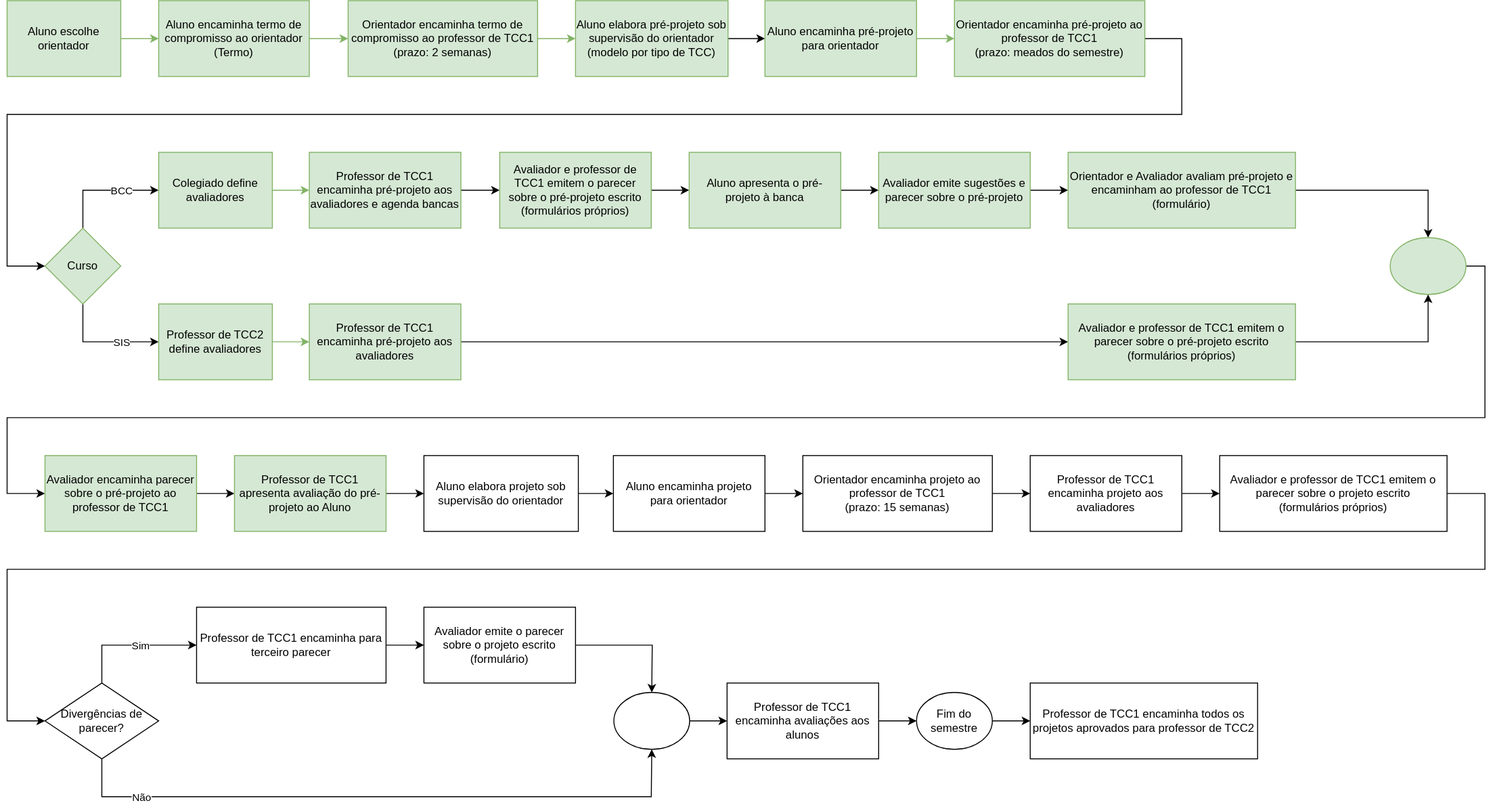
Above: cronogramaFluxograma.drawio.svg in dalton-reis/disciplina_TCC1_Privado (draw.io), before the change. Source tidied: cells renumbered, new cells last; positions are measured from the earlier drawing's top-left corner, leaving out a move shared by most shapes.
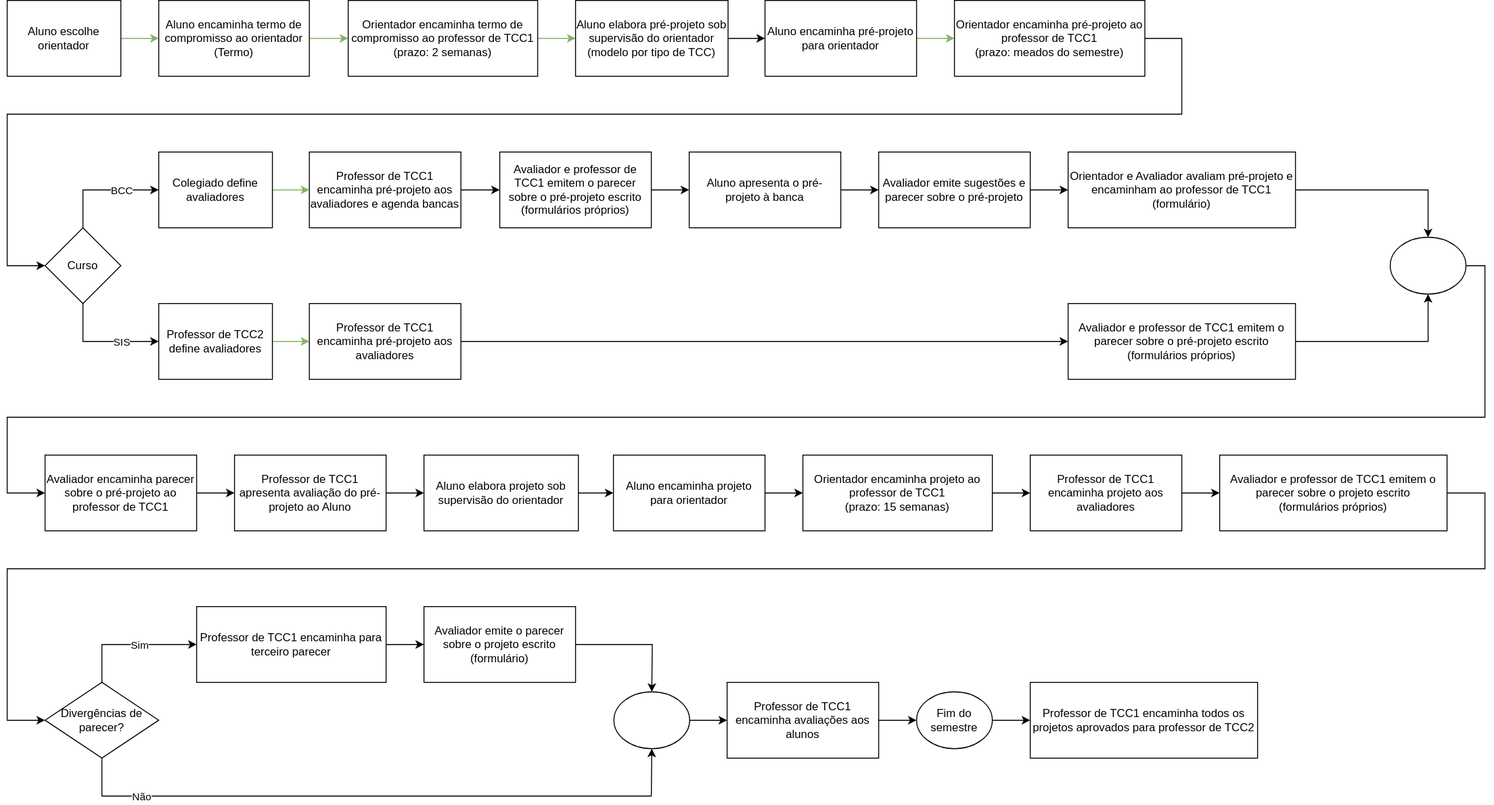
Later version of the same file.

Diff of the diagram source:
```diff
@@ -5,31 +5,31 @@
     <mxCell id="2" style="edgeStyle=orthogonalEdgeStyle;rounded=0;jettySize=auto;html=1;fillColor=#d5e8d4;strokeColor=#82b366;" parent="1" edge="1" source="3" target="5">
       <mxGeometry relative="1" as="geometry" />
     </mxCell>
-    <mxCell id="3" value="Aluno escolhe orientador" style="whiteSpace=wrap;html=1;fillColor=#d5e8d4;strokeColor=#82b366;" parent="1" vertex="1">
+    <mxCell id="3" value="Aluno escolhe orientador" style="whiteSpace=wrap;html=1;fillColor=default;strokeColor=default;" parent="1" vertex="1">
       <mxGeometry width="120" height="80" as="geometry" />
     </mxCell>
     <mxCell id="4" style="edgeStyle=orthogonalEdgeStyle;rounded=0;jettySize=auto;html=1;fillColor=#d5e8d4;strokeColor=#82b366;" parent="1" edge="1" source="5" target="7">
       <mxGeometry relative="1" as="geometry" />
     </mxCell>
-    <mxCell id="5" value="Aluno encaminha termo de compromisso ao orientador&lt;br&gt;(Termo)" style="whiteSpace=wrap;html=1;fillColor=#d5e8d4;strokeColor=#82b366;" parent="1" vertex="1">
+    <mxCell id="5" value="Aluno encaminha termo de compromisso ao orientador&lt;br&gt;(Termo)" style="whiteSpace=wrap;html=1;fillColor=default;strokeColor=default;" parent="1" vertex="1">
       <mxGeometry x="160" width="159" height="80" as="geometry" />
     </mxCell>
     <mxCell id="6" style="edgeStyle=orthogonalEdgeStyle;rounded=0;jettySize=auto;html=1;fillColor=#d5e8d4;strokeColor=#82b366;" parent="1" edge="1" source="7" target="9">
       <mxGeometry relative="1" as="geometry" />
     </mxCell>
-    <mxCell id="7" value="Orientador encaminha termo de compromisso ao professor de TCC1&lt;br&gt;(prazo: 2 semanas)" style="whiteSpace=wrap;html=1;fillColor=#d5e8d4;strokeColor=#82b366;" parent="1" vertex="1">
+    <mxCell id="7" value="Orientador encaminha termo de compromisso ao professor de TCC1&lt;br&gt;(prazo: 2 semanas)" style="whiteSpace=wrap;html=1;fillColor=default;strokeColor=default;" parent="1" vertex="1">
       <mxGeometry x="360" width="200" height="80" as="geometry" />
     </mxCell>
     <mxCell id="8" style="edgeStyle=orthogonalEdgeStyle;rounded=0;jettySize=auto;html=1;" parent="1" edge="1" source="9" target="11">
       <mxGeometry relative="1" as="geometry" />
     </mxCell>
-    <mxCell id="9" value="Aluno elabora pré-projeto sob supervisão do orientador&lt;br&gt;(modelo por tipo de TCC)" style="whiteSpace=wrap;html=1;fillColor=#d5e8d4;strokeColor=#82b366;" parent="1" vertex="1">
+    <mxCell id="9" value="Aluno elabora pré-projeto sob supervisão do orientador&lt;br&gt;(modelo por tipo de TCC)" style="whiteSpace=wrap;html=1;fillColor=default;strokeColor=default;" parent="1" vertex="1">
       <mxGeometry x="600" width="161" height="80" as="geometry" />
     </mxCell>
     <mxCell id="10" style="edgeStyle=orthogonalEdgeStyle;rounded=0;jettySize=auto;html=1;fillColor=#d5e8d4;strokeColor=#82b366;" parent="1" edge="1" source="11" target="13">
       <mxGeometry relative="1" as="geometry" />
     </mxCell>
-    <mxCell id="11" value="Aluno encaminha pré-projeto para orientador" style="whiteSpace=wrap;html=1;fillColor=#d5e8d4;strokeColor=#82b366;" parent="1" vertex="1">
+    <mxCell id="11" value="Aluno encaminha pré-projeto para orientador" style="whiteSpace=wrap;html=1;fillColor=default;strokeColor=default;" parent="1" vertex="1">
       <mxGeometry x="800" width="160" height="80" as="geometry" />
     </mxCell>
     <mxCell id="12" style="edgeStyle=orthogonalEdgeStyle;rounded=0;jettySize=auto;html=1;" parent="1" edge="1" source="13" target="18">
@@ -42,7 +42,7 @@
         </Array>
       </mxGeometry>
     </mxCell>
-    <mxCell id="13" value="Orientador encaminha pré-projeto ao professor de TCC1&lt;br&gt;(prazo: meados do semestre)" style="whiteSpace=wrap;html=1;fillColor=#d5e8d4;strokeColor=#82b366;" parent="1" vertex="1">
+    <mxCell id="13" value="Orientador encaminha pré-projeto ao professor de TCC1&lt;br&gt;(prazo: meados do semestre)" style="whiteSpace=wrap;html=1;fillColor=default;strokeColor=default;" parent="1" vertex="1">
       <mxGeometry x="1000" width="201" height="80" as="geometry" />
     </mxCell>
     <mxCell id="14" style="edgeStyle=orthogonalEdgeStyle;rounded=0;jettySize=auto;html=1;entryX=0;entryY=0.5;entryDx=0;entryDy=0;exitX=0.5;exitY=0;exitDx=0;exitDy=0;" parent="1" edge="1" source="18" target="20">
@@ -69,19 +69,19 @@
         <mxPoint x="32" y="1" as="offset" />
       </mxGeometry>
     </mxCell>
-    <mxCell id="18" value="Curso" style="rhombus;whiteSpace=wrap;html=1;fillColor=#d5e8d4;strokeColor=#82b366;" parent="1" vertex="1">
+    <mxCell id="18" value="Curso" style="rhombus;whiteSpace=wrap;html=1;fillColor=default;strokeColor=default;" parent="1" vertex="1">
       <mxGeometry x="40" y="240" width="80" height="80" as="geometry" />
     </mxCell>
     <mxCell id="19" style="edgeStyle=orthogonalEdgeStyle;rounded=0;jettySize=auto;html=1;fillColor=#d5e8d4;strokeColor=#82b366;" parent="1" edge="1" source="20" target="25">
       <mxGeometry relative="1" as="geometry" />
     </mxCell>
-    <mxCell id="20" value="Colegiado define avaliadores" style="whiteSpace=wrap;html=1;fillColor=#d5e8d4;strokeColor=#82b366;" parent="1" vertex="1">
+    <mxCell id="20" value="Colegiado define avaliadores" style="whiteSpace=wrap;html=1;fillColor=default;strokeColor=default;" parent="1" vertex="1">
       <mxGeometry x="160" y="160" width="120" height="80" as="geometry" />
     </mxCell>
     <mxCell id="21" style="edgeStyle=orthogonalEdgeStyle;rounded=0;jettySize=auto;html=1;fillColor=#d5e8d4;strokeColor=#82b366;" parent="1" edge="1" source="22" target="35">
       <mxGeometry relative="1" as="geometry" />
     </mxCell>
-    <mxCell id="22" value="Professor de TCC2 define avaliadores" style="whiteSpace=wrap;html=1;fillColor=#d5e8d4;strokeColor=#82b366;" parent="1" vertex="1">
+    <mxCell id="22" value="Professor de TCC2 define avaliadores" style="whiteSpace=wrap;html=1;fillColor=default;strokeColor=default;" parent="1" vertex="1">
       <mxGeometry x="160" y="320" width="120" height="80" as="geometry" />
     </mxCell>
     <mxCell id="23" style="edgeStyle=orthogonalEdgeStyle;rounded=0;jettySize=auto;html=1;exitX=1;exitY=0.5;exitDx=0;exitDy=0;" parent="1" edge="1" source="40" target="27">
@@ -90,25 +90,25 @@
     <mxCell id="24" style="edgeStyle=orthogonalEdgeStyle;rounded=0;jettySize=auto;html=1;" parent="1" edge="1" source="25" target="40">
       <mxGeometry relative="1" as="geometry" />
     </mxCell>
-    <mxCell id="25" value="Professor de TCC1 encaminha pré-projeto aos avaliadores e agenda bancas" style="whiteSpace=wrap;html=1;fillColor=#d5e8d4;strokeColor=#82b366;" parent="1" vertex="1">
+    <mxCell id="25" value="Professor de TCC1 encaminha pré-projeto aos avaliadores e agenda bancas" style="whiteSpace=wrap;html=1;fillColor=default;strokeColor=default;" parent="1" vertex="1">
       <mxGeometry x="319" y="160" width="160" height="80" as="geometry" />
     </mxCell>
     <mxCell id="26" style="edgeStyle=orthogonalEdgeStyle;rounded=0;jettySize=auto;html=1;" parent="1" edge="1" source="27" target="29">
       <mxGeometry relative="1" as="geometry" />
     </mxCell>
-    <mxCell id="27" value="Aluno apresenta o pré-projeto à banca" style="whiteSpace=wrap;html=1;fillColor=#d5e8d4;strokeColor=#82b366;" parent="1" vertex="1">
+    <mxCell id="27" value="Aluno apresenta o pré-projeto à banca" style="whiteSpace=wrap;html=1;fillColor=default;strokeColor=default;" parent="1" vertex="1">
       <mxGeometry x="720" y="160" width="160" height="80" as="geometry" />
     </mxCell>
     <mxCell id="28" style="edgeStyle=orthogonalEdgeStyle;rounded=0;jettySize=auto;html=1;" parent="1" edge="1" source="29" target="31">
       <mxGeometry relative="1" as="geometry" />
     </mxCell>
-    <mxCell id="29" value="Avaliador emite sugestões e parecer sobre o pré-projeto" style="whiteSpace=wrap;html=1;fillColor=#d5e8d4;strokeColor=#82b366;" parent="1" vertex="1">
+    <mxCell id="29" value="Avaliador emite sugestões e parecer sobre o pré-projeto" style="whiteSpace=wrap;html=1;fillColor=default;strokeColor=default;" parent="1" vertex="1">
       <mxGeometry x="920" y="160" width="160" height="80" as="geometry" />
     </mxCell>
     <mxCell id="30" style="edgeStyle=orthogonalEdgeStyle;rounded=0;jettySize=auto;html=1;" parent="1" edge="1" source="31" target="33">
       <mxGeometry relative="1" as="geometry" />
     </mxCell>
-    <mxCell id="31" value="Orientador e Avaliador avaliam pré-projeto e encaminham ao professor de TCC1&lt;br&gt;(formulário)" style="whiteSpace=wrap;html=1;fillColor=#d5e8d4;strokeColor=#82b366;" parent="1" vertex="1">
+    <mxCell id="31" value="Orientador e Avaliador avaliam pré-projeto e encaminham ao professor de TCC1&lt;br&gt;(formulário)" style="whiteSpace=wrap;html=1;fillColor=default;strokeColor=default;" parent="1" vertex="1">
       <mxGeometry x="1120" y="160" width="240" height="80" as="geometry" />
     </mxCell>
     <mxCell id="32" style="edgeStyle=orthogonalEdgeStyle;rounded=0;jettySize=auto;html=1;" parent="1" edge="1" source="33" target="39">
@@ -121,34 +121,34 @@
         </Array>
       </mxGeometry>
     </mxCell>
-    <mxCell id="33" style="ellipse;whiteSpace=wrap;html=1;fillColor=#d5e8d4;strokeColor=#82b366;" parent="1" vertex="1">
+    <mxCell id="33" style="ellipse;whiteSpace=wrap;html=1;fillColor=default;strokeColor=default;" parent="1" vertex="1">
       <mxGeometry x="1460" y="250" width="80" height="60" as="geometry" />
     </mxCell>
     <mxCell id="34" style="edgeStyle=orthogonalEdgeStyle;rounded=0;jettySize=auto;html=1;" parent="1" edge="1" source="35" target="37">
       <mxGeometry relative="1" as="geometry" />
     </mxCell>
-    <mxCell id="35" value="Professor de TCC1 encaminha pré-projeto aos avaliadores" style="whiteSpace=wrap;html=1;fillColor=#d5e8d4;strokeColor=#82b366;" parent="1" vertex="1">
+    <mxCell id="35" value="Professor de TCC1 encaminha pré-projeto aos avaliadores" style="whiteSpace=wrap;html=1;fillColor=default;strokeColor=default;" parent="1" vertex="1">
       <mxGeometry x="319" y="320" width="160" height="80" as="geometry" />
     </mxCell>
     <mxCell id="36" style="edgeStyle=orthogonalEdgeStyle;rounded=0;jettySize=auto;html=1;exitX=1;exitY=0.5;exitDx=0;exitDy=0;entryX=0.5;entryY=1;entryDx=0;entryDy=0;" parent="1" edge="1" source="37" target="33">
       <mxGeometry relative="1" as="geometry" />
     </mxCell>
-    <mxCell id="37" value="Avaliador e professor de TCC1 emitem o parecer sobre o pré-projeto escrito&lt;br&gt;(formulários próprios)" style="whiteSpace=wrap;html=1;fillColor=#d5e8d4;strokeColor=#82b366;" parent="1" vertex="1">
+    <mxCell id="37" value="Avaliador e professor de TCC1 emitem o parecer sobre o pré-projeto escrito&lt;br&gt;(formulários próprios)" style="whiteSpace=wrap;html=1;fillColor=default;strokeColor=default;" parent="1" vertex="1">
       <mxGeometry x="1120" y="320" width="240" height="80" as="geometry" />
     </mxCell>
     <mxCell id="38" style="edgeStyle=orthogonalEdgeStyle;rounded=0;jettySize=auto;html=1;" parent="1" edge="1" source="39" target="42">
       <mxGeometry relative="1" as="geometry" />
     </mxCell>
-    <mxCell id="39" value="Avaliador encaminha parecer sobre o pré-projeto ao professor de TCC1" style="whiteSpace=wrap;html=1;fillColor=#d5e8d4;strokeColor=#82b366;" parent="1" vertex="1">
+    <mxCell id="39" value="Avaliador encaminha parecer sobre o pré-projeto ao professor de TCC1" style="whiteSpace=wrap;html=1;fillColor=default;strokeColor=default;" parent="1" vertex="1">
       <mxGeometry x="40" y="480" width="160" height="80" as="geometry" />
     </mxCell>
-    <mxCell id="40" value="Avaliador e professor de TCC1 emitem o parecer sobre o pré-projeto escrito&lt;br&gt;(formulários próprios)" style="whiteSpace=wrap;html=1;fillColor=#d5e8d4;strokeColor=#82b366;" parent="1" vertex="1">
+    <mxCell id="40" value="Avaliador e professor de TCC1 emitem o parecer sobre o pré-projeto escrito&lt;br&gt;(formulários próprios)" style="whiteSpace=wrap;html=1;fillColor=default;strokeColor=default;" parent="1" vertex="1">
       <mxGeometry x="520" y="160" width="160" height="80" as="geometry" />
     </mxCell>
     <mxCell id="41" style="edgeStyle=orthogonalEdgeStyle;rounded=0;jettySize=auto;html=1;" parent="1" edge="1" source="42" target="44">
       <mxGeometry relative="1" as="geometry" />
     </mxCell>
-    <mxCell id="42" value="Professor de TCC1 apresenta avaliação do pré-projeto ao Aluno" style="whiteSpace=wrap;html=1;fillColor=#d5e8d4;strokeColor=#82b366;" parent="1" vertex="1">
+    <mxCell id="42" value="Professor de TCC1 apresenta avaliação do pré-projeto ao Aluno" style="whiteSpace=wrap;html=1;fillColor=default;strokeColor=default;" parent="1" vertex="1">
       <mxGeometry x="240" y="480" width="160" height="80" as="geometry" />
     </mxCell>
     <mxCell id="43" style="edgeStyle=orthogonalEdgeStyle;rounded=0;jettySize=auto;html=1;" parent="1" edge="1" source="44" target="46">
```
